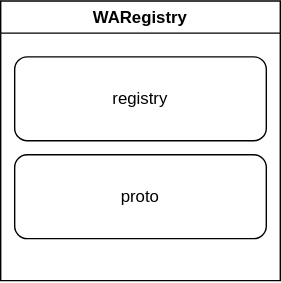
Earlier version of the draw.io export docs/architecture/architecture.drawio.svg (FlrnFrmm/WARegistry). Source tidied: cells renumbered, new cells last; positions are measured from the earlier drawing's top-left corner, leaving out a move shared by most shapes.
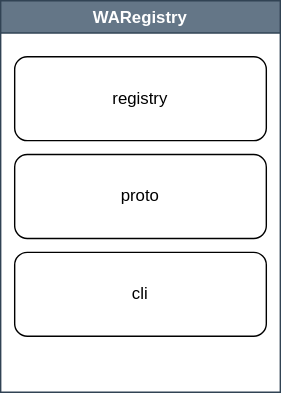
Above is the later version.

The edit, as a diff of the source:
```diff
@@ -2,8 +2,8 @@
   <root>
     <mxCell id="0" />
     <mxCell id="1" parent="0" />
-    <mxCell id="2" value="WARegistry" style="swimlane;" parent="1" vertex="1">
-      <mxGeometry width="200" height="200" as="geometry" />
+    <mxCell id="2" value="WARegistry" style="swimlane;fillColor=#647687;strokeColor=#314354;fontColor=#ffffff;" parent="1" vertex="1">
+      <mxGeometry width="200" height="280" as="geometry" />
     </mxCell>
     <mxCell id="3" value="registry" style="rounded=1;whiteSpace=wrap;html=1;" parent="2" vertex="1">
       <mxGeometry x="10" y="40" width="180" height="60" as="geometry" />
@@ -11,5 +11,8 @@
     <mxCell id="4" value="proto" style="rounded=1;whiteSpace=wrap;html=1;" parent="2" vertex="1">
       <mxGeometry x="10" y="110" width="180" height="60" as="geometry" />
     </mxCell>
+    <mxCell id="5" value="cli" style="rounded=1;whiteSpace=wrap;html=1;" parent="2" vertex="1">
+      <mxGeometry x="10" y="180" width="180" height="60" as="geometry" />
+    </mxCell>
   </root>
 </mxGraphModel>
```
